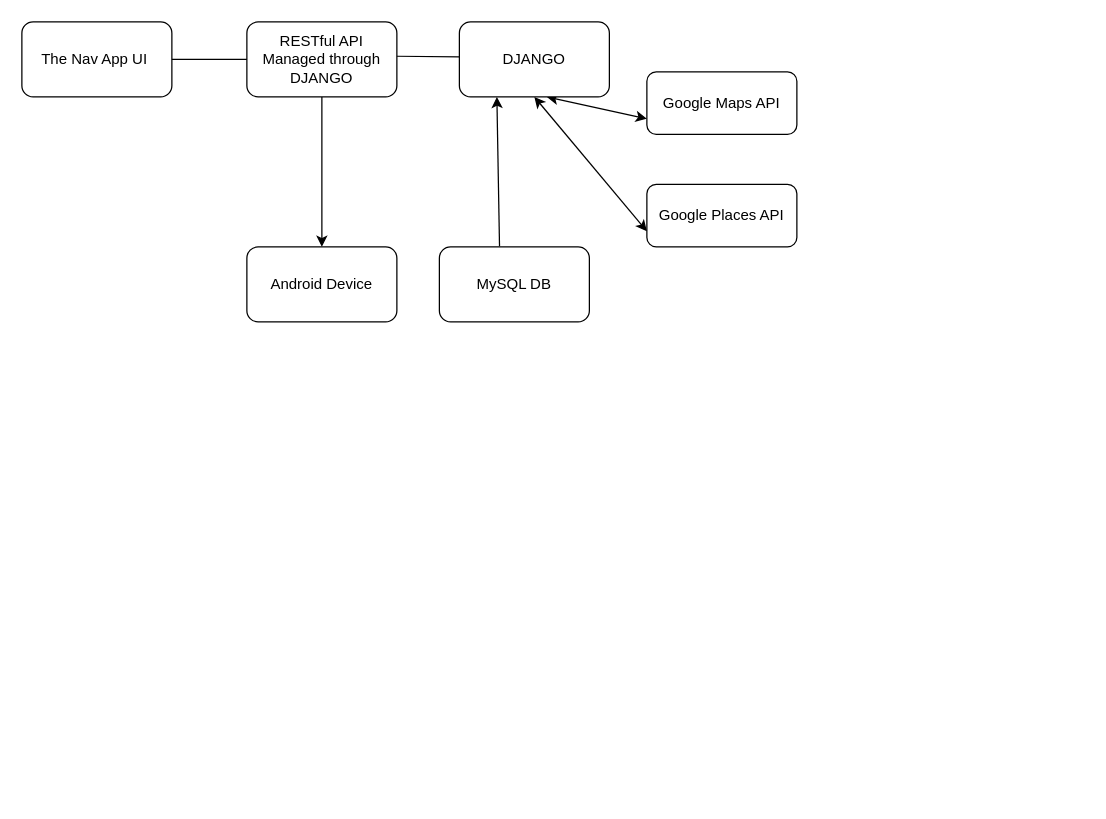
This is the_nav_proj_architecture.drawio from DariaVesela/TheNavigationProject, a draw.io file, before an edit. Source tidied: cells renumbered, new cells numbered last; positions are measured from the earlier drawing's top-left corner, leaving out a move shared by most shapes. Both pictures are drawn from the tidied source at 125%, with x=0, y=0 at pixel (21, 21).
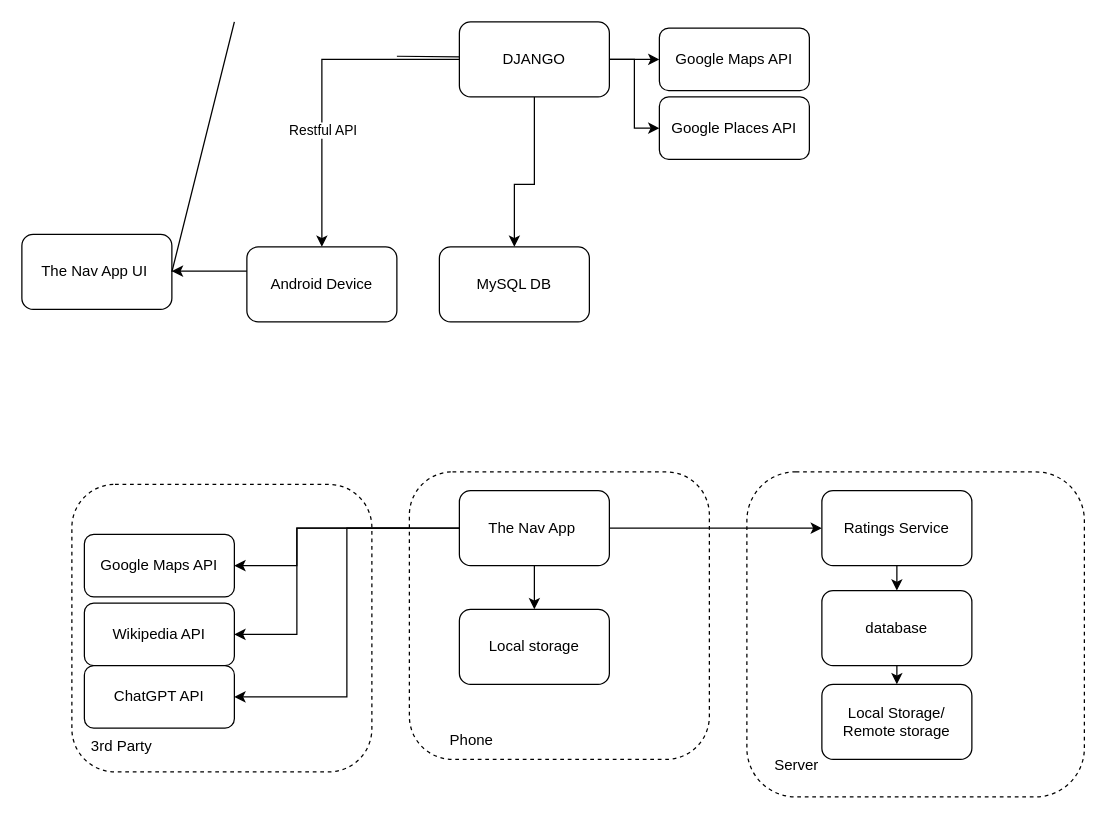
Above is the later version.

Unchanged cells that the change refers to:
```xml
<mxCell id="5" value="Android Device" style="rounded=1;whiteSpace=wrap;html=1;" parent="1" vertex="1">
  <mxGeometry x="180" y="180" width="120" height="60" as="geometry" />
</mxCell>
<mxCell id="7" value="MySQL DB" style="rounded=1;whiteSpace=wrap;html=1;" parent="1" vertex="1">
  <mxGeometry x="334" y="180" width="120" height="60" as="geometry" />
</mxCell>
<mxCell id="12" value="DJANGO" style="rounded=1;whiteSpace=wrap;html=1;" parent="1" vertex="1">
  <mxGeometry x="350" width="120" height="60" as="geometry" />
</mxCell>
```

What changed in the source:
```diff
@@
+    <mxCell id="15" style="rounded=1;whiteSpace=wrap;html=1;gradientColor=none;fillColor=none;dashed=1;" parent="1" vertex="1">
+      <mxGeometry x="310" y="360" width="240" height="230" as="geometry" />
+    </mxCell>
+    <mxCell id="16" style="rounded=1;whiteSpace=wrap;html=1;gradientColor=none;fillColor=none;dashed=1;" parent="1" vertex="1">
+      <mxGeometry x="40" y="370" width="240" height="230" as="geometry" />
+    </mxCell>
     <mxCell id="2" value="The Nav App UI&amp;nbsp;" style="rounded=1;whiteSpace=wrap;html=1;" parent="1" vertex="1">
-      <mxGeometry width="120" height="60" as="geometry" />
+      <mxGeometry y="170" width="120" height="60" as="geometry" />
     </mxCell>
-    <mxCell id="3" value="RESTful API&lt;div&gt;Managed through DJANGO&lt;/div&gt;" style="rounded=1;whiteSpace=wrap;html=1;" parent="1" vertex="1">
-      <mxGeometry x="180" width="120" height="60" as="geometry" />
-    </mxCell>
     <mxCell id="4" value="Google Places API" style="rounded=1;whiteSpace=wrap;html=1;" parent="1" vertex="1">
-      <mxGeometry x="500" y="130" width="120" height="50" as="geometry" />
+      <mxGeometry x="510" y="60" width="120" height="50" as="geometry" />
     </mxCell>
@@
     <mxCell id="6" value="Google Maps API" style="rounded=1;whiteSpace=wrap;html=1;" parent="1" vertex="1">
-      <mxGeometry x="500" y="40" width="120" height="50" as="geometry" />
+      <mxGeometry x="510" y="5" width="120" height="50" as="geometry" />
     </mxCell>
@@
-    <mxCell id="8" style="endArrow=classic;html=1;rounded=0;exitX=0.401;exitY=-0.008;exitDx=0;exitDy=0;entryX=0.25;entryY=1;entryDx=0;entryDy=0;exitPerimeter=0;" parent="1" edge="1" source="7" target="12">
-      <mxGeometry relative="1" as="geometry" />
-    </mxCell>
-    <mxCell id="9" style="endArrow=classic;startArrow=classic;html=1;rounded=0;entryX=0;entryY=0.75;entryDx=0;entryDy=0;" parent="1" edge="1" target="6">
-      <mxGeometry relative="1" as="geometry">
-        <mxPoint x="420" y="60" as="sourcePoint" />
-      </mxGeometry>
-    </mxCell>
+    <mxCell id="17" style="edgeStyle=orthogonalEdgeStyle;rounded=0;jettySize=auto;html=1;" parent="1" edge="1" source="12" target="5">
+      <mxGeometry relative="1" as="geometry" />
+    </mxCell>
+    <mxCell id="18" value="Restful API" style="edgeLabel;html=1;align=center;verticalAlign=middle;" parent="17" vertex="1">
+      <mxGeometry x="0.28" relative="1" as="geometry" />
+    </mxCell>
+    <mxCell id="19" style="edgeStyle=orthogonalEdgeStyle;rounded=0;jettySize=auto;html=1;" parent="1" edge="1" source="12" target="7">
+      <mxGeometry relative="1" as="geometry">
+        <Array as="points">
+          <mxPoint x="410" y="130" />
+        </Array>
+      </mxGeometry>
+    </mxCell>
+    <mxCell id="20" style="edgeStyle=orthogonalEdgeStyle;rounded=0;jettySize=auto;html=1;" parent="1" edge="1" source="12" target="6">
+      <mxGeometry relative="1" as="geometry" />
+    </mxCell>
-    <mxCell id="10" style="endArrow=classic;startArrow=classic;html=1;rounded=0;entryX=0;entryY=0.75;entryDx=0;entryDy=0;exitX=0.5;exitY=1;exitDx=0;exitDy=0;" parent="1" edge="1" source="12" target="4">
+    <mxCell id="10" style="edgeStyle=orthogonalEdgeStyle;rounded=0;jettySize=auto;html=1;entryX=0;entryY=0.5;entryDx=0;entryDy=0;" parent="1" edge="1" source="12" target="4">
       <mxGeometry relative="1" as="geometry" />
     </mxCell>
-    <mxCell id="11" style="endArrow=classic;html=1;rounded=0;exitX=0.5;exitY=1;exitDx=0;exitDy=0;" parent="1" edge="1" source="3" target="5">
-      <mxGeometry relative="1" as="geometry" />
-    </mxCell>
@@
+    <mxCell id="21" style="edgeStyle=orthogonalEdgeStyle;rounded=0;jettySize=auto;html=1;entryX=1;entryY=0.5;entryDx=0;entryDy=0;" parent="1" edge="1" target="27">
+      <mxGeometry relative="1" as="geometry">
+        <mxPoint x="310" y="405" as="sourcePoint" />
+        <Array as="points">
+          <mxPoint x="220" y="405" />
+          <mxPoint x="220" y="435" />
+        </Array>
+      </mxGeometry>
+    </mxCell>
-    <mxCell id="13" style="endArrow=none;html=1;rounded=0;entryX=0;entryY=0.5;entryDx=0;entryDy=0;exitX=1;exitY=0.5;exitDx=0;exitDy=0;" parent="1" edge="1" source="2" target="3">
-      <mxGeometry relative="1" as="geometry" />
+    <mxCell id="13" style="endArrow=none;html=1;rounded=0;entryX=0;entryY=0.5;entryDx=0;entryDy=0;exitX=1;exitY=0.5;exitDx=0;exitDy=0;" parent="1" edge="1" source="2">
+      <mxGeometry relative="1" as="geometry">
+        <mxPoint x="170" as="targetPoint" />
+      </mxGeometry>
     </mxCell>
+    <mxCell id="22" style="edgeStyle=orthogonalEdgeStyle;rounded=0;jettySize=auto;html=1;exitX=0;exitY=0.5;exitDx=0;exitDy=0;" parent="1" edge="1" source="26" target="28">
+      <mxGeometry relative="1" as="geometry">
+        <Array as="points">
+          <mxPoint x="220" y="405" />
+          <mxPoint x="220" y="490" />
+        </Array>
+      </mxGeometry>
+    </mxCell>
@@
+    <mxCell id="23" style="edgeStyle=orthogonalEdgeStyle;rounded=0;jettySize=auto;html=1;" parent="1" edge="1" source="26" target="29">
+      <mxGeometry relative="1" as="geometry" />
+    </mxCell>
+    <mxCell id="24" style="edgeStyle=orthogonalEdgeStyle;rounded=0;jettySize=auto;html=1;entryX=1;entryY=0.5;entryDx=0;entryDy=0;" parent="1" edge="1" source="26" target="32">
+      <mxGeometry relative="1" as="geometry" />
+    </mxCell>
+    <mxCell id="25" style="edgeStyle=orthogonalEdgeStyle;rounded=0;jettySize=auto;html=1;" parent="1" edge="1" source="26" target="36">
+      <mxGeometry relative="1" as="geometry" />
+    </mxCell>
+    <mxCell id="26" value="The Nav App&amp;nbsp;" style="rounded=1;whiteSpace=wrap;html=1;" parent="1" vertex="1">
+      <mxGeometry x="350" y="375" width="120" height="60" as="geometry" />
+    </mxCell>
+    <mxCell id="27" value="Google Maps API" style="rounded=1;whiteSpace=wrap;html=1;" parent="1" vertex="1">
+      <mxGeometry x="50" y="410" width="120" height="50" as="geometry" />
+    </mxCell>
+    <mxCell id="28" value="Wikipedia API" style="rounded=1;whiteSpace=wrap;html=1;" parent="1" vertex="1">
+      <mxGeometry x="50" y="465" width="120" height="50" as="geometry" />
+    </mxCell>
+    <mxCell id="29" value="Local storage" style="rounded=1;whiteSpace=wrap;html=1;" parent="1" vertex="1">
+      <mxGeometry x="350" y="470" width="120" height="60" as="geometry" />
+    </mxCell>
+    <mxCell id="30" value="3rd Party" style="text;html=1;align=center;verticalAlign=middle;whiteSpace=wrap;rounded=0;" parent="1" vertex="1">
+      <mxGeometry x="50" y="565" width="60" height="30" as="geometry" />
+    </mxCell>
+    <mxCell id="31" value="Phone" style="text;html=1;align=center;verticalAlign=middle;whiteSpace=wrap;rounded=0;" parent="1" vertex="1">
+      <mxGeometry x="330" y="560" width="60" height="30" as="geometry" />
+    </mxCell>
+    <mxCell id="32" value="ChatGPT API" style="rounded=1;whiteSpace=wrap;html=1;" parent="1" vertex="1">
+      <mxGeometry x="50" y="515" width="120" height="50" as="geometry" />
+    </mxCell>
+    <mxCell id="33" style="rounded=1;whiteSpace=wrap;html=1;gradientColor=none;fillColor=none;dashed=1;" parent="1" vertex="1">
+      <mxGeometry x="580" y="360" width="270" height="260" as="geometry" />
+    </mxCell>
+    <mxCell id="34" value="Server" style="text;html=1;align=center;verticalAlign=middle;whiteSpace=wrap;rounded=0;" parent="1" vertex="1">
+      <mxGeometry x="590" y="580" width="60" height="30" as="geometry" />
+    </mxCell>
+    <mxCell id="35" style="edgeStyle=orthogonalEdgeStyle;rounded=0;jettySize=auto;html=1;exitX=0.5;exitY=1;exitDx=0;exitDy=0;entryX=0.5;entryY=0;entryDx=0;entryDy=0;" parent="1" edge="1" source="36" target="38">
+      <mxGeometry relative="1" as="geometry" />
+    </mxCell>
+    <mxCell id="36" value="Ratings Service" style="rounded=1;whiteSpace=wrap;html=1;" parent="1" vertex="1">
+      <mxGeometry x="640" y="375" width="120" height="60" as="geometry" />
+    </mxCell>
+    <mxCell id="37" style="edgeStyle=orthogonalEdgeStyle;rounded=0;jettySize=auto;html=1;exitX=0.5;exitY=1;exitDx=0;exitDy=0;entryX=0.5;entryY=0;entryDx=0;entryDy=0;" parent="1" edge="1" source="38" target="39">
+      <mxGeometry relative="1" as="geometry" />
+    </mxCell>
+    <mxCell id="38" value="database" style="rounded=1;whiteSpace=wrap;html=1;" parent="1" vertex="1">
+      <mxGeometry x="640" y="455" width="120" height="60" as="geometry" />
+    </mxCell>
+    <mxCell id="39" value="Local Storage/ Remote storage" style="rounded=1;whiteSpace=wrap;html=1;" parent="1" vertex="1">
+      <mxGeometry x="640" y="530" width="120" height="60" as="geometry" />
+    </mxCell>
+    <mxCell id="40" style="edgeStyle=orthogonalEdgeStyle;rounded=0;orthogonalLoop=1;jettySize=auto;html=1;entryX=1;entryY=0.75;entryDx=0;entryDy=0;" parent="1" edge="1">
+      <mxGeometry relative="1" as="geometry">
+        <mxPoint x="180" y="199.4" as="sourcePoint" />
+        <mxPoint x="120" y="199.4" as="targetPoint" />
+        <Array as="points">
+          <mxPoint x="150" y="199.4" />
+          <mxPoint x="150" y="199.4" />
+        </Array>
+      </mxGeometry>
+    </mxCell>
```
